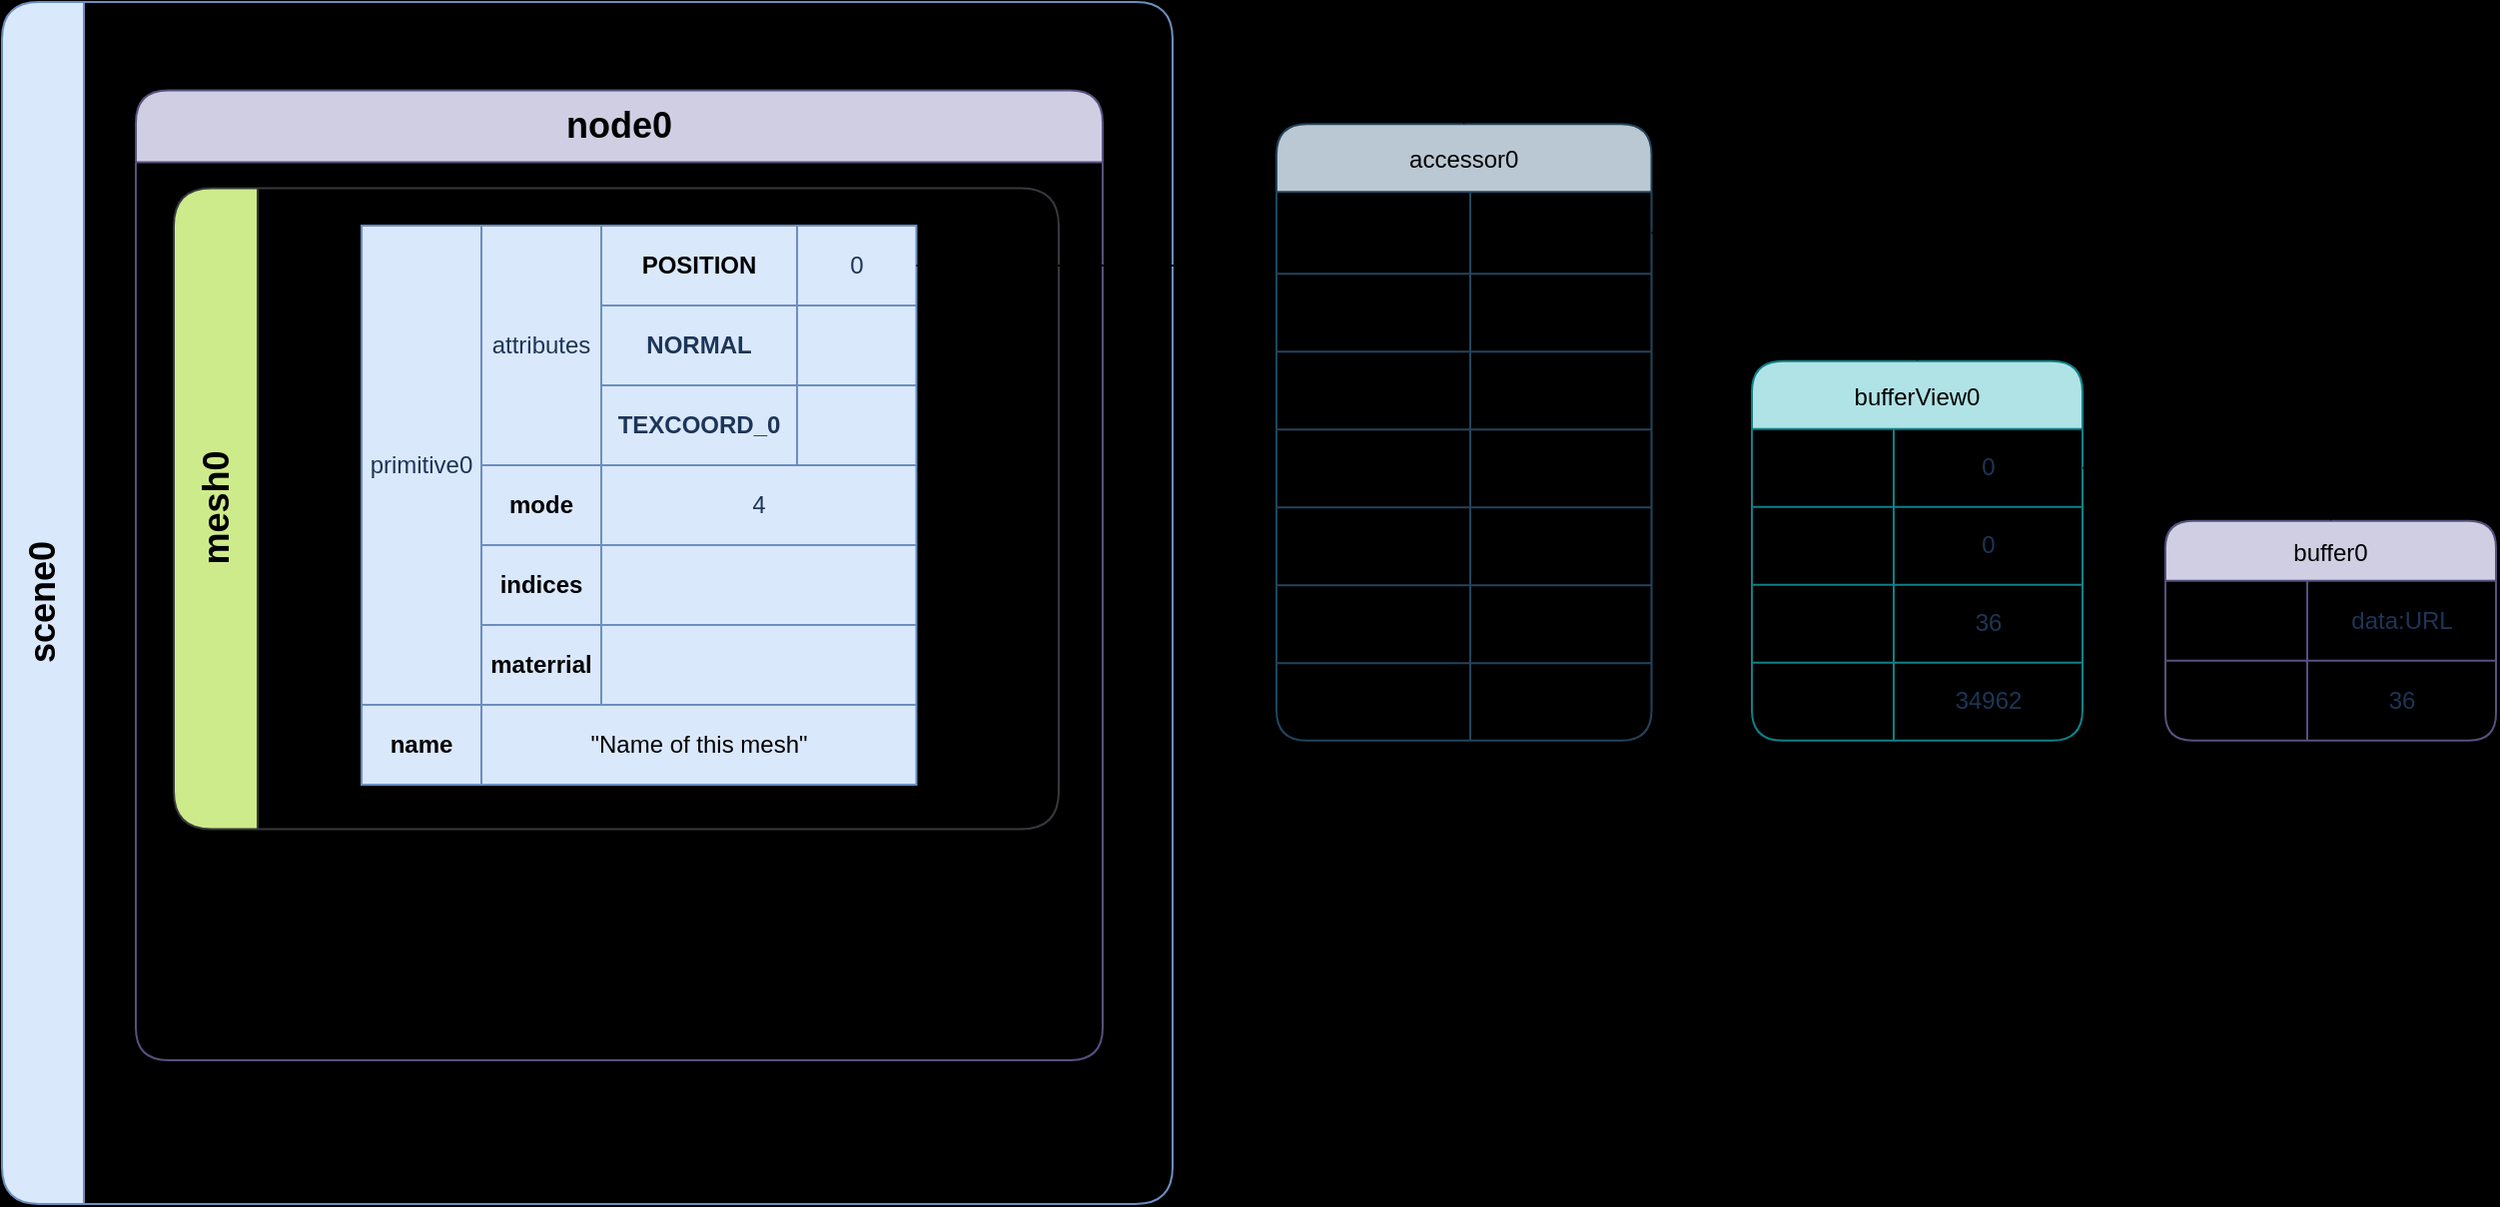
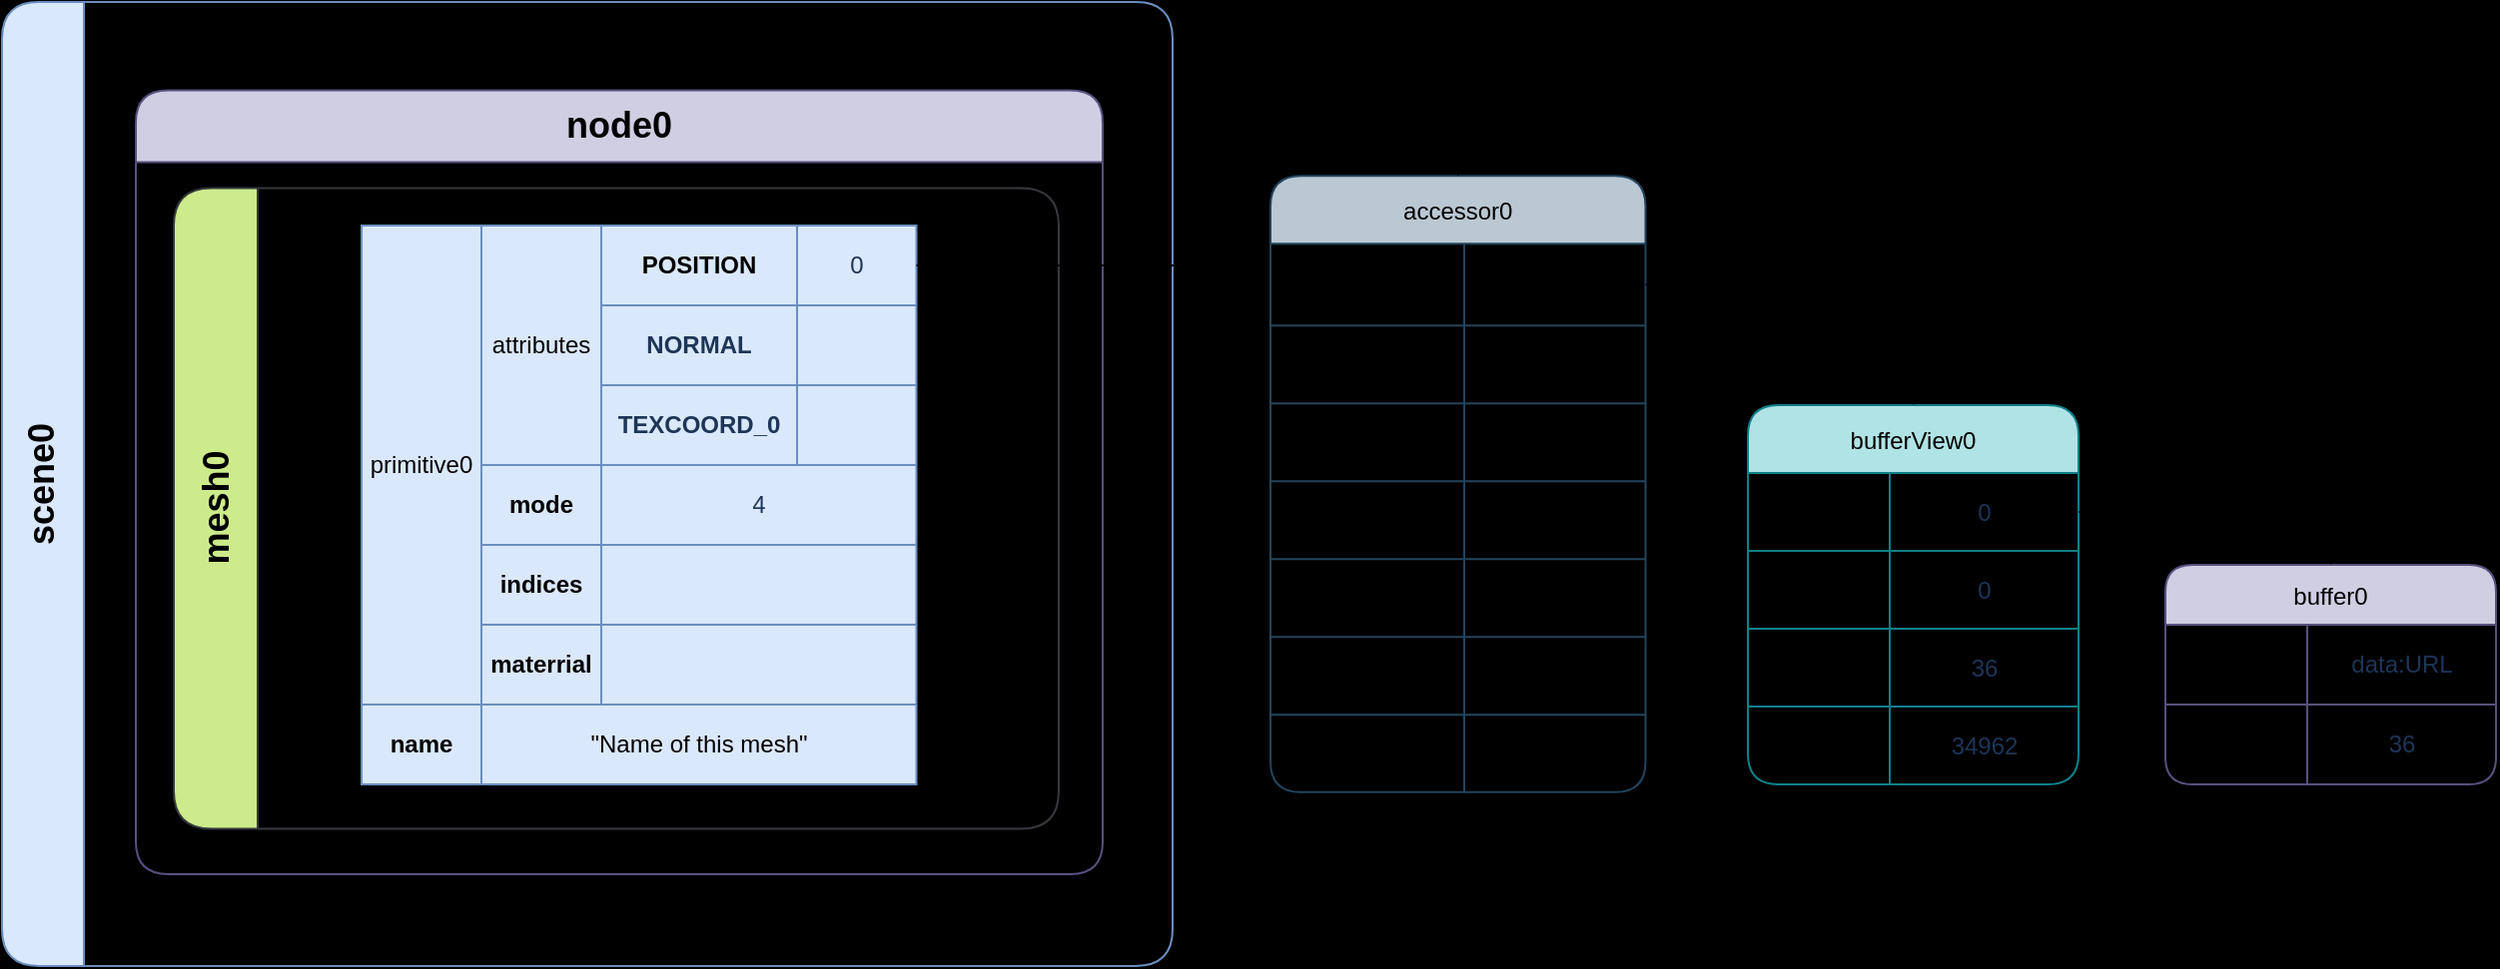
<mxfile host="app.diagrams.net">
  <diagram id="BZvedy4mBk2RI_J5c_5u" name="第 1 页">
-     <mxGraphModel dx="2338" dy="1342" grid="0" gridSize="10" guides="1" tooltips="1" connect="1" arrows="1" fold="1" page="0" pageScale="1" pageWidth="827" pageHeight="1169" background="light-dark(#000000,#2B2B2B)" math="0" shadow="0">
+     <mxGraphModel dx="2570" dy="1342" grid="0" gridSize="10" guides="1" tooltips="1" connect="1" arrows="1" fold="1" page="0" pageScale="1" pageWidth="827" pageHeight="1169" background="light-dark(#000000,#2B2B2B)" math="0" shadow="0">
      <root>
        <mxCell id="0" />
        <mxCell id="1" parent="0" />
        <mxCell id="-Ds3_SINnqwqFCvs20sv-1" parent="1" style="shape=table;startSize=30;container=1;collapsible=0;childLayout=tableLayout;fixedHeader=1;fillColor=#d0cee2;strokeColor=#56517e;rounded=1;fontColor=light-dark(#000000,#66FFB3);" value="buffer0" vertex="1">
-           <mxGeometry height="110" width="165.5" x="-13" y="257.87" as="geometry" />
+           <mxGeometry height="110" width="165.5" x="-13" y="280" as="geometry" />
        </mxCell>
        <mxCell id="-Ds3_SINnqwqFCvs20sv-2" parent="-Ds3_SINnqwqFCvs20sv-1" style="shape=tableRow;horizontal=0;startSize=0;swimlaneHead=0;swimlaneBody=0;strokeColor=inherit;top=0;left=0;bottom=0;right=0;collapsible=0;dropTarget=0;fillColor=none;points=[[0,0.5],[1,0.5]];portConstraint=eastwest;fixedHeader=1;rounded=1;" value="" vertex="1">
          <mxGeometry height="40" width="165.5" y="30" as="geometry" />
        </mxCell>
        <mxCell id="-Ds3_SINnqwqFCvs20sv-3" parent="-Ds3_SINnqwqFCvs20sv-2" style="shape=partialRectangle;html=1;whiteSpace=wrap;connectable=0;strokeColor=inherit;overflow=hidden;fillColor=none;top=0;left=0;bottom=0;right=0;pointerEvents=1;align=center;rounded=1;fontColor=light-dark(#000000,#20C2B5);" value="uri" vertex="1">
          <mxGeometry height="40" width="71" as="geometry">
            <mxRectangle height="40" width="71" as="alternateBounds" />
          </mxGeometry>
        </mxCell>
        <mxCell id="-Ds3_SINnqwqFCvs20sv-4" parent="-Ds3_SINnqwqFCvs20sv-2" style="shape=partialRectangle;html=1;whiteSpace=wrap;connectable=0;strokeColor=inherit;overflow=hidden;fillColor=none;top=0;left=0;bottom=0;right=0;pointerEvents=1;rounded=1;fontColor=light-dark(#1D3557,#FFFFFF);" value="data:URL" vertex="1">
          <mxGeometry height="40" width="95" x="71" as="geometry">
            <mxRectangle height="40" width="95" as="alternateBounds" />
          </mxGeometry>
        </mxCell>
        <mxCell id="-Ds3_SINnqwqFCvs20sv-5" parent="-Ds3_SINnqwqFCvs20sv-1" style="shape=tableRow;horizontal=0;startSize=0;swimlaneHead=0;swimlaneBody=0;strokeColor=inherit;top=0;left=0;bottom=0;right=0;collapsible=0;dropTarget=0;fillColor=none;points=[[0,0.5],[1,0.5]];portConstraint=eastwest;fixedHeader=1;rounded=1;" value="" vertex="1">
          <mxGeometry height="40" width="165.5" y="70" as="geometry" />
        </mxCell>
        <mxCell id="-Ds3_SINnqwqFCvs20sv-6" parent="-Ds3_SINnqwqFCvs20sv-5" style="shape=partialRectangle;html=1;whiteSpace=wrap;connectable=0;strokeColor=inherit;overflow=hidden;fillColor=none;top=0;left=0;bottom=0;right=0;pointerEvents=1;align=center;rounded=1;fontColor=light-dark(#000000,#20C2B5);" value="byteLength" vertex="1">
          <mxGeometry height="40" width="71" as="geometry">
            <mxRectangle height="40" width="71" as="alternateBounds" />
          </mxGeometry>
        </mxCell>
        <mxCell id="-Ds3_SINnqwqFCvs20sv-7" parent="-Ds3_SINnqwqFCvs20sv-5" style="shape=partialRectangle;html=1;whiteSpace=wrap;connectable=0;strokeColor=inherit;overflow=hidden;fillColor=none;top=0;left=0;bottom=0;right=0;pointerEvents=1;rounded=1;fontColor=light-dark(#1D3557,#FFFFFF);" value="36" vertex="1">
          <mxGeometry height="40" width="95" x="71" as="geometry">
            <mxRectangle height="40" width="95" as="alternateBounds" />
          </mxGeometry>
        </mxCell>
        <mxCell id="IMBELnrVSliVJA-H-ImH-1" parent="1" style="shape=table;startSize=34;container=1;collapsible=0;childLayout=tableLayout;fixedHeader=1;fillColor=#b0e3e6;strokeColor=#0e8088;rounded=1;fontColor=light-dark(#000000,#66FFB3);" value="bufferView0" vertex="1">
-           <mxGeometry height="190" width="165.5" x="-220" y="177.87" as="geometry" />
+           <mxGeometry height="190" width="165.5" x="-222" y="200" as="geometry" />
        </mxCell>
        <mxCell id="IMBELnrVSliVJA-H-ImH-2" parent="IMBELnrVSliVJA-H-ImH-1" style="shape=tableRow;horizontal=0;startSize=0;swimlaneHead=0;swimlaneBody=0;strokeColor=inherit;top=0;left=0;bottom=0;right=0;collapsible=0;dropTarget=0;fillColor=none;points=[[0,0.5],[1,0.5]];portConstraint=eastwest;fixedHeader=1;rounded=1;" value="" vertex="1">
          <mxGeometry height="39" width="165.5" y="34" as="geometry" />
        </mxCell>
        <mxCell id="IMBELnrVSliVJA-H-ImH-3" parent="IMBELnrVSliVJA-H-ImH-2" style="shape=partialRectangle;html=1;whiteSpace=wrap;connectable=0;strokeColor=inherit;overflow=hidden;fillColor=none;top=0;left=0;bottom=0;right=0;pointerEvents=1;align=center;rounded=1;fontColor=light-dark(#000000,#20C2B5);" value="buffer" vertex="1">
          <mxGeometry height="39" width="71" as="geometry">
            <mxRectangle height="39" width="71" as="alternateBounds" />
          </mxGeometry>
        </mxCell>
        <mxCell id="IMBELnrVSliVJA-H-ImH-4" parent="IMBELnrVSliVJA-H-ImH-2" style="shape=partialRectangle;html=1;whiteSpace=wrap;connectable=0;strokeColor=inherit;overflow=hidden;fillColor=none;top=0;left=0;bottom=0;right=0;pointerEvents=1;rounded=1;fontColor=light-dark(#1D3557,#FFFFFF);" value="0" vertex="1">
          <mxGeometry height="39" width="95" x="71" as="geometry">
            <mxRectangle height="39" width="95" as="alternateBounds" />
          </mxGeometry>
        </mxCell>
        <mxCell id="IMBELnrVSliVJA-H-ImH-5" parent="IMBELnrVSliVJA-H-ImH-1" style="shape=tableRow;horizontal=0;startSize=0;swimlaneHead=0;swimlaneBody=0;strokeColor=inherit;top=0;left=0;bottom=0;right=0;collapsible=0;dropTarget=0;fillColor=none;points=[[0,0.5],[1,0.5]];portConstraint=eastwest;fixedHeader=1;rounded=1;" value="" vertex="1">
          <mxGeometry height="39" width="165.5" y="73" as="geometry" />
        </mxCell>
        <mxCell id="IMBELnrVSliVJA-H-ImH-6" parent="IMBELnrVSliVJA-H-ImH-5" style="shape=partialRectangle;html=1;whiteSpace=wrap;connectable=0;strokeColor=inherit;overflow=hidden;fillColor=none;top=0;left=0;bottom=0;right=0;pointerEvents=1;align=center;rounded=1;fontColor=light-dark(#000000,#20C2B5);" value="byteOffset" vertex="1">
          <mxGeometry height="39" width="71" as="geometry">
            <mxRectangle height="39" width="71" as="alternateBounds" />
          </mxGeometry>
        </mxCell>
        <mxCell id="IMBELnrVSliVJA-H-ImH-7" parent="IMBELnrVSliVJA-H-ImH-5" style="shape=partialRectangle;html=1;whiteSpace=wrap;connectable=0;strokeColor=inherit;overflow=hidden;fillColor=none;top=0;left=0;bottom=0;right=0;pointerEvents=1;rounded=1;fontColor=light-dark(#1D3557,#FFFFFF);" value="0" vertex="1">
          <mxGeometry height="39" width="95" x="71" as="geometry">
            <mxRectangle height="39" width="95" as="alternateBounds" />
          </mxGeometry>
        </mxCell>
        <mxCell id="IMBELnrVSliVJA-H-ImH-8" parent="IMBELnrVSliVJA-H-ImH-1" style="shape=tableRow;horizontal=0;startSize=0;swimlaneHead=0;swimlaneBody=0;strokeColor=inherit;top=0;left=0;bottom=0;right=0;collapsible=0;dropTarget=0;fillColor=none;points=[[0,0.5],[1,0.5]];portConstraint=eastwest;fixedHeader=1;rounded=1;" vertex="1">
          <mxGeometry height="39" width="165.5" y="112" as="geometry" />
        </mxCell>
        <mxCell id="IMBELnrVSliVJA-H-ImH-9" parent="IMBELnrVSliVJA-H-ImH-8" style="shape=partialRectangle;html=1;whiteSpace=wrap;connectable=0;strokeColor=inherit;overflow=hidden;fillColor=none;top=0;left=0;bottom=0;right=0;pointerEvents=1;align=center;rounded=1;fontColor=light-dark(#000000,#20C2B5);" value="byteLength" vertex="1">
          <mxGeometry height="39" width="71" as="geometry">
            <mxRectangle height="39" width="71" as="alternateBounds" />
          </mxGeometry>
        </mxCell>
        <mxCell id="IMBELnrVSliVJA-H-ImH-10" parent="IMBELnrVSliVJA-H-ImH-8" style="shape=partialRectangle;html=1;whiteSpace=wrap;connectable=0;strokeColor=inherit;overflow=hidden;fillColor=none;top=0;left=0;bottom=0;right=0;pointerEvents=1;rounded=1;fontColor=light-dark(#1D3557,#FFFFFF);" value="36" vertex="1">
          <mxGeometry height="39" width="95" x="71" as="geometry">
            <mxRectangle height="39" width="95" as="alternateBounds" />
          </mxGeometry>
        </mxCell>
        <mxCell id="IMBELnrVSliVJA-H-ImH-11" parent="IMBELnrVSliVJA-H-ImH-1" style="shape=tableRow;horizontal=0;startSize=0;swimlaneHead=0;swimlaneBody=0;strokeColor=inherit;top=0;left=0;bottom=0;right=0;collapsible=0;dropTarget=0;fillColor=none;points=[[0,0.5],[1,0.5]];portConstraint=eastwest;fixedHeader=1;rounded=1;" vertex="1">
          <mxGeometry height="39" width="165.5" y="151" as="geometry" />
        </mxCell>
        <mxCell id="IMBELnrVSliVJA-H-ImH-12" parent="IMBELnrVSliVJA-H-ImH-11" style="shape=partialRectangle;html=1;whiteSpace=wrap;connectable=0;strokeColor=inherit;overflow=hidden;fillColor=none;top=0;left=0;bottom=0;right=0;pointerEvents=1;align=center;rounded=1;fontColor=light-dark(#000000,#20C2B5);" value="target" vertex="1">
          <mxGeometry height="39" width="71" as="geometry">
            <mxRectangle height="39" width="71" as="alternateBounds" />
          </mxGeometry>
        </mxCell>
        <mxCell id="IMBELnrVSliVJA-H-ImH-13" parent="IMBELnrVSliVJA-H-ImH-11" style="shape=partialRectangle;html=1;whiteSpace=wrap;connectable=0;strokeColor=inherit;overflow=hidden;fillColor=none;top=0;left=0;bottom=0;right=0;pointerEvents=1;rounded=1;fontColor=light-dark(#1D3557,#FFFFFF);" value="34962" vertex="1">
          <mxGeometry height="39" width="95" x="71" as="geometry">
            <mxRectangle height="39" width="95" as="alternateBounds" />
          </mxGeometry>
        </mxCell>
        <mxCell id="IMBELnrVSliVJA-H-ImH-16" parent="1" style="shape=table;startSize=34;container=1;collapsible=0;childLayout=tableLayout;fixedHeader=1;fillColor=#bac8d3;strokeColor=#23445d;rounded=1;fontColor=light-dark(#000000,#66FFB3);" value="accessor0" vertex="1">
-           <mxGeometry height="308.75" width="187.75" x="-458" y="59.12" as="geometry" />
+           <mxGeometry height="308.75" width="187.75" x="-461" y="85.13" as="geometry" />
        </mxCell>
        <mxCell id="IMBELnrVSliVJA-H-ImH-17" parent="IMBELnrVSliVJA-H-ImH-16" style="shape=tableRow;horizontal=0;startSize=0;swimlaneHead=0;swimlaneBody=0;strokeColor=inherit;top=0;left=0;bottom=0;right=0;collapsible=0;dropTarget=0;fillColor=none;points=[[0,0.5],[1,0.5]];portConstraint=eastwest;fixedHeader=1;rounded=1;" value="" vertex="1">
          <mxGeometry height="41" width="187.75" y="34" as="geometry" />
        </mxCell>
        <mxCell id="IMBELnrVSliVJA-H-ImH-18" parent="IMBELnrVSliVJA-H-ImH-17" style="shape=partialRectangle;html=1;whiteSpace=wrap;connectable=0;strokeColor=inherit;overflow=hidden;fillColor=none;top=0;left=0;bottom=0;right=0;pointerEvents=1;align=center;rounded=1;fontColor=light-dark(#000000,#20C2B5);fontStyle=1" value="&lt;span style=&quot;&quot;&gt;bufferView&lt;/span&gt;" vertex="1">
          <mxGeometry height="41" width="97" as="geometry">
            <mxRectangle height="41" width="97" as="alternateBounds" />
          </mxGeometry>
        </mxCell>
        <mxCell id="IMBELnrVSliVJA-H-ImH-19" parent="IMBELnrVSliVJA-H-ImH-17" style="shape=partialRectangle;html=1;whiteSpace=wrap;connectable=0;strokeColor=inherit;overflow=hidden;fillColor=none;top=0;left=0;bottom=0;right=0;pointerEvents=1;rounded=1;fontColor=light-dark(#000000,#FFFFFF);" value="0" vertex="1">
          <mxGeometry height="41" width="91" x="97" as="geometry">
            <mxRectangle height="41" width="91" as="alternateBounds" />
          </mxGeometry>
        </mxCell>
        <mxCell id="IMBELnrVSliVJA-H-ImH-20" parent="IMBELnrVSliVJA-H-ImH-16" style="shape=tableRow;horizontal=0;startSize=0;swimlaneHead=0;swimlaneBody=0;strokeColor=inherit;top=0;left=0;bottom=0;right=0;collapsible=0;dropTarget=0;fillColor=none;points=[[0,0.5],[1,0.5]];portConstraint=eastwest;fixedHeader=1;rounded=1;" value="" vertex="1">
          <mxGeometry height="39" width="187.75" y="75" as="geometry" />
        </mxCell>
        <mxCell id="IMBELnrVSliVJA-H-ImH-21" parent="IMBELnrVSliVJA-H-ImH-20" style="shape=partialRectangle;html=1;whiteSpace=wrap;connectable=0;strokeColor=inherit;overflow=hidden;fillColor=none;top=0;left=0;bottom=0;right=0;pointerEvents=1;align=center;rounded=1;fontColor=light-dark(#000000,#20C2B5);" value="byteOffset" vertex="1">
          <mxGeometry height="39" width="97" as="geometry">
            <mxRectangle height="39" width="97" as="alternateBounds" />
          </mxGeometry>
        </mxCell>
        <mxCell id="IMBELnrVSliVJA-H-ImH-22" parent="IMBELnrVSliVJA-H-ImH-20" style="shape=partialRectangle;html=1;whiteSpace=wrap;connectable=0;strokeColor=inherit;overflow=hidden;fillColor=none;top=0;left=0;bottom=0;right=0;pointerEvents=1;rounded=1;fontColor=light-dark(#000000,#FFFFFF);" value="0" vertex="1">
          <mxGeometry height="39" width="91" x="97" as="geometry">
            <mxRectangle height="39" width="91" as="alternateBounds" />
          </mxGeometry>
        </mxCell>
        <mxCell id="IMBELnrVSliVJA-H-ImH-23" parent="IMBELnrVSliVJA-H-ImH-16" style="shape=tableRow;horizontal=0;startSize=0;swimlaneHead=0;swimlaneBody=0;strokeColor=inherit;top=0;left=0;bottom=0;right=0;collapsible=0;dropTarget=0;fillColor=none;points=[[0,0.5],[1,0.5]];portConstraint=eastwest;fixedHeader=1;rounded=1;" vertex="1">
          <mxGeometry height="39" width="187.75" y="114" as="geometry" />
        </mxCell>
        <mxCell id="IMBELnrVSliVJA-H-ImH-24" parent="IMBELnrVSliVJA-H-ImH-23" style="shape=partialRectangle;html=1;whiteSpace=wrap;connectable=0;strokeColor=inherit;overflow=hidden;fillColor=none;top=0;left=0;bottom=0;right=0;pointerEvents=1;align=center;rounded=1;fontColor=light-dark(#000000,#20C2B5);" value="componentType" vertex="1">
          <mxGeometry height="39" width="97" as="geometry">
            <mxRectangle height="39" width="97" as="alternateBounds" />
          </mxGeometry>
        </mxCell>
        <mxCell id="IMBELnrVSliVJA-H-ImH-25" parent="IMBELnrVSliVJA-H-ImH-23" style="shape=partialRectangle;html=1;whiteSpace=wrap;connectable=0;strokeColor=inherit;overflow=hidden;fillColor=none;top=0;left=0;bottom=0;right=0;pointerEvents=1;rounded=1;fontColor=light-dark(#000000,#FFFFFF);" value="5126" vertex="1">
          <mxGeometry height="39" width="91" x="97" as="geometry">
            <mxRectangle height="39" width="91" as="alternateBounds" />
          </mxGeometry>
        </mxCell>
        <mxCell id="IMBELnrVSliVJA-H-ImH-26" parent="IMBELnrVSliVJA-H-ImH-16" style="shape=tableRow;horizontal=0;startSize=0;swimlaneHead=0;swimlaneBody=0;strokeColor=inherit;top=0;left=0;bottom=0;right=0;collapsible=0;dropTarget=0;fillColor=none;points=[[0,0.5],[1,0.5]];portConstraint=eastwest;fixedHeader=1;rounded=1;" vertex="1">
          <mxGeometry height="39" width="187.75" y="153" as="geometry" />
        </mxCell>
        <mxCell id="IMBELnrVSliVJA-H-ImH-27" parent="IMBELnrVSliVJA-H-ImH-26" style="shape=partialRectangle;html=1;whiteSpace=wrap;connectable=0;strokeColor=inherit;overflow=hidden;fillColor=none;top=0;left=0;bottom=0;right=0;pointerEvents=1;align=center;rounded=1;fontColor=light-dark(#000000,#20C2B5);" value="count" vertex="1">
          <mxGeometry height="39" width="97" as="geometry">
            <mxRectangle height="39" width="97" as="alternateBounds" />
          </mxGeometry>
        </mxCell>
        <mxCell id="IMBELnrVSliVJA-H-ImH-28" parent="IMBELnrVSliVJA-H-ImH-26" style="shape=partialRectangle;html=1;whiteSpace=wrap;connectable=0;strokeColor=inherit;overflow=hidden;fillColor=none;top=0;left=0;bottom=0;right=0;pointerEvents=1;rounded=1;fontColor=light-dark(#000000,#FFFFFF);" value="3" vertex="1">
          <mxGeometry height="39" width="91" x="97" as="geometry">
            <mxRectangle height="39" width="91" as="alternateBounds" />
          </mxGeometry>
        </mxCell>
        <mxCell id="IMBELnrVSliVJA-H-ImH-29" parent="IMBELnrVSliVJA-H-ImH-16" style="shape=tableRow;horizontal=0;startSize=0;swimlaneHead=0;swimlaneBody=0;strokeColor=inherit;top=0;left=0;bottom=0;right=0;collapsible=0;dropTarget=0;fillColor=none;points=[[0,0.5],[1,0.5]];portConstraint=eastwest;fixedHeader=1;rounded=1;" vertex="1">
          <mxGeometry height="39" width="187.75" y="192" as="geometry" />
        </mxCell>
        <mxCell id="IMBELnrVSliVJA-H-ImH-30" parent="IMBELnrVSliVJA-H-ImH-29" style="shape=partialRectangle;html=1;whiteSpace=wrap;connectable=0;strokeColor=inherit;overflow=hidden;fillColor=none;top=0;left=0;bottom=0;right=0;pointerEvents=1;align=center;rounded=1;fontColor=light-dark(#000000,#20C2B5);" value="type" vertex="1">
          <mxGeometry height="39" width="97" as="geometry">
            <mxRectangle height="39" width="97" as="alternateBounds" />
          </mxGeometry>
        </mxCell>
        <mxCell id="IMBELnrVSliVJA-H-ImH-31" parent="IMBELnrVSliVJA-H-ImH-29" style="shape=partialRectangle;html=1;whiteSpace=wrap;connectable=0;strokeColor=inherit;overflow=hidden;fillColor=none;top=0;left=0;bottom=0;right=0;pointerEvents=1;rounded=1;fontColor=light-dark(#000000,#FFFFFF);" value="&quot;VEC3&quot;" vertex="1">
          <mxGeometry height="39" width="91" x="97" as="geometry">
            <mxRectangle height="39" width="91" as="alternateBounds" />
          </mxGeometry>
        </mxCell>
        <mxCell id="IMBELnrVSliVJA-H-ImH-32" parent="IMBELnrVSliVJA-H-ImH-16" style="shape=tableRow;horizontal=0;startSize=0;swimlaneHead=0;swimlaneBody=0;strokeColor=inherit;top=0;left=0;bottom=0;right=0;collapsible=0;dropTarget=0;fillColor=none;points=[[0,0.5],[1,0.5]];portConstraint=eastwest;fixedHeader=1;rounded=1;" vertex="1">
          <mxGeometry height="39" width="187.75" y="231" as="geometry" />
        </mxCell>
        <mxCell id="IMBELnrVSliVJA-H-ImH-33" parent="IMBELnrVSliVJA-H-ImH-32" style="shape=partialRectangle;html=1;whiteSpace=wrap;connectable=0;strokeColor=inherit;overflow=hidden;fillColor=none;top=0;left=0;bottom=0;right=0;pointerEvents=1;align=center;rounded=1;fontColor=light-dark(#000000,#20C2B5);" value="max" vertex="1">
          <mxGeometry height="39" width="97" as="geometry">
            <mxRectangle height="39" width="97" as="alternateBounds" />
          </mxGeometry>
        </mxCell>
        <mxCell id="IMBELnrVSliVJA-H-ImH-34" parent="IMBELnrVSliVJA-H-ImH-32" style="shape=partialRectangle;html=1;whiteSpace=wrap;connectable=0;strokeColor=inherit;overflow=hidden;fillColor=none;top=0;left=0;bottom=0;right=0;pointerEvents=1;rounded=1;fontColor=light-dark(#000000,#FFFFFF);" value="[1.0, 1.0, 0.0]" vertex="1">
          <mxGeometry height="39" width="91" x="97" as="geometry">
            <mxRectangle height="39" width="91" as="alternateBounds" />
          </mxGeometry>
        </mxCell>
        <mxCell id="IMBELnrVSliVJA-H-ImH-35" parent="IMBELnrVSliVJA-H-ImH-16" style="shape=tableRow;horizontal=0;startSize=0;swimlaneHead=0;swimlaneBody=0;strokeColor=inherit;top=0;left=0;bottom=0;right=0;collapsible=0;dropTarget=0;fillColor=none;points=[[0,0.5],[1,0.5]];portConstraint=eastwest;fixedHeader=1;rounded=1;" vertex="1">
          <mxGeometry height="39" width="187.75" y="270" as="geometry" />
        </mxCell>
        <mxCell id="IMBELnrVSliVJA-H-ImH-36" parent="IMBELnrVSliVJA-H-ImH-35" style="shape=partialRectangle;html=1;whiteSpace=wrap;connectable=0;strokeColor=inherit;overflow=hidden;fillColor=none;top=0;left=0;bottom=0;right=0;pointerEvents=1;align=center;rounded=1;fontColor=light-dark(#000000,#20C2B5);" value="min" vertex="1">
          <mxGeometry height="39" width="97" as="geometry">
            <mxRectangle height="39" width="97" as="alternateBounds" />
          </mxGeometry>
        </mxCell>
        <mxCell id="IMBELnrVSliVJA-H-ImH-37" parent="IMBELnrVSliVJA-H-ImH-35" style="shape=partialRectangle;html=1;whiteSpace=wrap;connectable=0;strokeColor=inherit;overflow=hidden;fillColor=none;top=0;left=0;bottom=0;right=0;pointerEvents=1;rounded=1;fontColor=light-dark(#000000,#FFFFFF);" value="[0.0, 1.0, 0.0]" vertex="1">
          <mxGeometry height="39" width="91" x="97" as="geometry">
            <mxRectangle height="39" width="91" as="alternateBounds" />
          </mxGeometry>
        </mxCell>
        <mxCell id="GIUIsMX7UZoavufT8lRc-2" parent="1" style="swimlane;horizontal=0;whiteSpace=wrap;html=1;fillColor=#dae8fc;strokeColor=#6c8ebf;rounded=1;startSize=41;gradientDirection=east;" value="&lt;span style=&quot;color: light-dark(rgb(0, 0, 0), rgb(102, 255, 179));&quot;&gt;&lt;font style=&quot;font-size: 18px;&quot;&gt;scene0&lt;/font&gt;&lt;/span&gt;" vertex="1">
-           <mxGeometry height="602" width="586" x="-1096" y="-2" as="geometry" />
+           <mxGeometry height="483" width="586" x="-1096" y="-2" as="geometry" />
        </mxCell>
        <mxCell id="oYlXVEz9eKNw0EBKh330-92" parent="GIUIsMX7UZoavufT8lRc-2" style="swimlane;whiteSpace=wrap;html=1;startSize=36;strokeColor=#56517e;fillColor=#d0cee2;rounded=1;gradientColor=none;" value="&lt;font style=&quot;font-size: 18px; color: light-dark(rgb(0, 0, 0), rgb(102, 255, 179));&quot;&gt;node0&lt;/font&gt;" vertex="1">
-           <mxGeometry height="485.75" width="484" x="67" y="44.25" as="geometry" />
+           <mxGeometry height="392.75" width="484" x="67" y="44.25" as="geometry" />
        </mxCell>
        <mxCell id="yEyvN-dxv5ZRYvW9oAyH-66" parent="oYlXVEz9eKNw0EBKh330-92" style="swimlane;horizontal=0;whiteSpace=wrap;html=1;rounded=1;startSize=42;fillColor=#cdeb8b;strokeColor=#36393d;swimlaneFillColor=none;gradientDirection=south;" value="&lt;span style=&quot;color: light-dark(rgb(0, 0, 0), rgb(102, 255, 179));&quot;&gt;&lt;font style=&quot;font-size: 18px;&quot;&gt;mesh0&lt;/font&gt;&lt;/span&gt;" vertex="1">
          <mxGeometry height="321" width="443" x="19" y="49" as="geometry" />
        </mxCell>
        <mxCell id="2uxkReR1P5Ac1ZIC0d_Z-4" edge="1" parent="1" source="IMBELnrVSliVJA-H-ImH-17" style="edgeStyle=orthogonalEdgeStyle;rounded=1;orthogonalLoop=1;jettySize=auto;html=1;entryX=0.5;entryY=0;entryDx=0;entryDy=0;fontSize=12;startSize=8;endSize=8;strokeColor=light-dark(#000000,#FFB570);" target="IMBELnrVSliVJA-H-ImH-1">
          <mxGeometry relative="1" as="geometry" />
        </mxCell>
        <mxCell id="2uxkReR1P5Ac1ZIC0d_Z-5" edge="1" parent="1" source="IMBELnrVSliVJA-H-ImH-2" style="edgeStyle=orthogonalEdgeStyle;rounded=1;orthogonalLoop=1;jettySize=auto;html=1;entryX=0.5;entryY=0;entryDx=0;entryDy=0;fontSize=12;startSize=8;endSize=8;curved=0;strokeColor=light-dark(#000000,#FFB570);" target="-Ds3_SINnqwqFCvs20sv-1">
          <mxGeometry relative="1" as="geometry" />
        </mxCell>
        <mxCell id="OGyqHwopQYcm-drxzkeR-19" parent="1" style="shape=table;startSize=0;container=1;collapsible=0;childLayout=tableLayout;fixedHeader=1;strokeColor=#6c8ebf;fillColor=#dae8fc;" value="" vertex="1">
          <mxGeometry height="280" width="277.75" x="-916" y="110" as="geometry" />
        </mxCell>
        <mxCell id="OGyqHwopQYcm-drxzkeR-20" parent="OGyqHwopQYcm-drxzkeR-19" style="shape=tableRow;horizontal=0;startSize=0;swimlaneHead=0;swimlaneBody=0;strokeColor=inherit;top=0;left=0;bottom=0;right=0;collapsible=0;dropTarget=0;fillColor=none;points=[[0,0.5],[1,0.5]];portConstraint=eastwest;fixedHeader=1;fontColor=#1D3557;" value="" vertex="1">
          <mxGeometry height="40" width="277.75" as="geometry" />
        </mxCell>
-         <mxCell id="OGyqHwopQYcm-drxzkeR-21" parent="OGyqHwopQYcm-drxzkeR-20" style="shape=partialRectangle;html=1;whiteSpace=wrap;connectable=0;strokeColor=inherit;overflow=hidden;fillColor=none;top=0;left=0;bottom=0;right=0;pointerEvents=1;fontColor=#1D3557;rowspan=6;colspan=1;" value="primitive0" vertex="1">
+         <mxCell id="OGyqHwopQYcm-drxzkeR-21" parent="OGyqHwopQYcm-drxzkeR-20" style="shape=partialRectangle;html=1;whiteSpace=wrap;connectable=0;strokeColor=inherit;overflow=hidden;fillColor=none;top=0;left=0;bottom=0;right=0;pointerEvents=1;fontColor=#1D3557;rowspan=6;colspan=1;" value="&lt;span style=&quot;color: light-dark(rgb(0, 0, 0), rgb(166, 128, 184));&quot;&gt;primitive0&lt;/span&gt;" vertex="1">
          <mxGeometry height="240" width="60" as="geometry">
            <mxRectangle height="40" width="60" as="alternateBounds" />
          </mxGeometry>
        </mxCell>
-         <mxCell id="OGyqHwopQYcm-drxzkeR-22" parent="OGyqHwopQYcm-drxzkeR-20" style="shape=partialRectangle;html=1;whiteSpace=wrap;connectable=0;strokeColor=inherit;overflow=hidden;fillColor=none;top=0;left=0;bottom=0;right=0;pointerEvents=1;fontColor=#1D3557;rowspan=3;colspan=1;" value="attributes" vertex="1">
+         <mxCell id="OGyqHwopQYcm-drxzkeR-22" parent="OGyqHwopQYcm-drxzkeR-20" style="shape=partialRectangle;html=1;whiteSpace=wrap;connectable=0;strokeColor=inherit;overflow=hidden;fillColor=none;top=0;left=0;bottom=0;right=0;pointerEvents=1;fontColor=#1D3557;rowspan=3;colspan=1;" value="&lt;span style=&quot;color: light-dark(rgb(0, 0, 0), rgb(166, 128, 184));&quot;&gt;attributes&lt;/span&gt;" vertex="1">
          <mxGeometry height="120" width="60" x="60" as="geometry">
            <mxRectangle height="40" width="60" as="alternateBounds" />
          </mxGeometry>
        </mxCell>
        <mxCell id="OGyqHwopQYcm-drxzkeR-23" parent="OGyqHwopQYcm-drxzkeR-20" style="shape=partialRectangle;html=1;whiteSpace=wrap;connectable=0;strokeColor=inherit;overflow=hidden;fillColor=none;top=0;left=0;bottom=0;right=0;pointerEvents=1;fontColor=#1D3557;" value="&lt;b style=&quot;color: light-dark(rgb(0, 0, 0), rgb(32, 194, 181));&quot;&gt;POSITION&lt;/b&gt;" vertex="1">
          <mxGeometry height="40" width="98" x="120" as="geometry">
            <mxRectangle height="40" width="98" as="alternateBounds" />
          </mxGeometry>
        </mxCell>
        <mxCell id="OGyqHwopQYcm-drxzkeR-28" parent="OGyqHwopQYcm-drxzkeR-20" style="shape=partialRectangle;html=1;whiteSpace=wrap;connectable=0;strokeColor=inherit;overflow=hidden;fillColor=none;top=0;left=0;bottom=0;right=0;pointerEvents=1;fontColor=light-dark(#1D3557,#FFFFFF);" value="0" vertex="1">
          <mxGeometry height="40" width="60" x="218" as="geometry">
            <mxRectangle height="40" width="60" as="alternateBounds" />
          </mxGeometry>
        </mxCell>
        <mxCell id="OGyqHwopQYcm-drxzkeR-24" parent="OGyqHwopQYcm-drxzkeR-19" style="shape=tableRow;horizontal=0;startSize=0;swimlaneHead=0;swimlaneBody=0;strokeColor=inherit;top=0;left=0;bottom=0;right=0;collapsible=0;dropTarget=0;fillColor=none;points=[[0,0.5],[1,0.5]];portConstraint=eastwest;fixedHeader=1;fontColor=#1D3557;" value="" vertex="1">
          <mxGeometry height="40" width="277.75" y="40" as="geometry" />
        </mxCell>
        <mxCell id="OGyqHwopQYcm-drxzkeR-25" parent="OGyqHwopQYcm-drxzkeR-24" style="shape=partialRectangle;html=1;whiteSpace=wrap;connectable=0;strokeColor=inherit;overflow=hidden;fillColor=none;top=0;left=0;bottom=0;right=0;pointerEvents=1;fontColor=#1D3557;" value="" vertex="1" visible="0">
          <mxGeometry height="40" width="60" as="geometry">
            <mxRectangle height="40" width="60" as="alternateBounds" />
          </mxGeometry>
        </mxCell>
        <mxCell id="OGyqHwopQYcm-drxzkeR-26" parent="OGyqHwopQYcm-drxzkeR-24" style="shape=partialRectangle;html=1;whiteSpace=wrap;connectable=0;strokeColor=inherit;overflow=hidden;fillColor=none;top=0;left=0;bottom=0;right=0;pointerEvents=1;fontColor=#1D3557;" value="" vertex="1" visible="0">
          <mxGeometry height="40" width="60" x="60" as="geometry">
            <mxRectangle height="40" width="60" as="alternateBounds" />
          </mxGeometry>
        </mxCell>
        <mxCell id="OGyqHwopQYcm-drxzkeR-27" parent="OGyqHwopQYcm-drxzkeR-24" style="shape=partialRectangle;html=1;whiteSpace=wrap;connectable=0;strokeColor=inherit;overflow=hidden;fillColor=none;top=0;left=0;bottom=0;right=0;pointerEvents=1;fontColor=light-dark(#1D3557,#20C2B5);align=center;verticalAlign=middle;fontFamily=Helvetica;fontSize=12;fontStyle=1;" value="NORMAL" vertex="1">
          <mxGeometry height="40" width="98" x="120" as="geometry">
            <mxRectangle height="40" width="98" as="alternateBounds" />
          </mxGeometry>
        </mxCell>
        <mxCell id="OGyqHwopQYcm-drxzkeR-29" parent="OGyqHwopQYcm-drxzkeR-24" style="shape=partialRectangle;html=1;whiteSpace=wrap;connectable=0;strokeColor=inherit;overflow=hidden;fillColor=none;top=0;left=0;bottom=0;right=0;pointerEvents=1;fontColor=#1D3557;" value="" vertex="1">
          <mxGeometry height="40" width="60" x="218" as="geometry">
            <mxRectangle height="40" width="60" as="alternateBounds" />
          </mxGeometry>
        </mxCell>
        <mxCell id="OGyqHwopQYcm-drxzkeR-31" parent="OGyqHwopQYcm-drxzkeR-19" style="shape=tableRow;horizontal=0;startSize=0;swimlaneHead=0;swimlaneBody=0;strokeColor=inherit;top=0;left=0;bottom=0;right=0;collapsible=0;dropTarget=0;fillColor=none;points=[[0,0.5],[1,0.5]];portConstraint=eastwest;fixedHeader=1;fontColor=#1D3557;" vertex="1">
          <mxGeometry height="40" width="277.75" y="80" as="geometry" />
        </mxCell>
        <mxCell id="OGyqHwopQYcm-drxzkeR-32" parent="OGyqHwopQYcm-drxzkeR-31" style="shape=partialRectangle;html=1;whiteSpace=wrap;connectable=0;strokeColor=inherit;overflow=hidden;fillColor=none;top=0;left=0;bottom=0;right=0;pointerEvents=1;fontColor=#1D3557;" vertex="1" visible="0">
          <mxGeometry height="40" width="60" as="geometry">
            <mxRectangle height="40" width="60" as="alternateBounds" />
          </mxGeometry>
        </mxCell>
        <mxCell id="OGyqHwopQYcm-drxzkeR-33" parent="OGyqHwopQYcm-drxzkeR-31" style="shape=partialRectangle;html=1;whiteSpace=wrap;connectable=0;strokeColor=inherit;overflow=hidden;fillColor=none;top=0;left=0;bottom=0;right=0;pointerEvents=1;fontColor=#1D3557;" vertex="1" visible="0">
          <mxGeometry height="40" width="60" x="60" as="geometry">
            <mxRectangle height="40" width="60" as="alternateBounds" />
          </mxGeometry>
        </mxCell>
        <mxCell id="OGyqHwopQYcm-drxzkeR-34" parent="OGyqHwopQYcm-drxzkeR-31" style="shape=partialRectangle;html=1;whiteSpace=wrap;connectable=0;strokeColor=inherit;overflow=hidden;fillColor=none;top=0;left=0;bottom=0;right=0;pointerEvents=1;fontColor=light-dark(#1D3557,#20C2B5);fontStyle=1" value="TEXCOORD_0" vertex="1">
          <mxGeometry height="40" width="98" x="120" as="geometry">
            <mxRectangle height="40" width="98" as="alternateBounds" />
          </mxGeometry>
        </mxCell>
        <mxCell id="OGyqHwopQYcm-drxzkeR-35" parent="OGyqHwopQYcm-drxzkeR-31" style="shape=partialRectangle;html=1;whiteSpace=wrap;connectable=0;strokeColor=inherit;overflow=hidden;fillColor=none;top=0;left=0;bottom=0;right=0;pointerEvents=1;fontColor=#1D3557;" value="" vertex="1">
          <mxGeometry height="40" width="60" x="218" as="geometry">
            <mxRectangle height="40" width="60" as="alternateBounds" />
          </mxGeometry>
        </mxCell>
        <mxCell id="OGyqHwopQYcm-drxzkeR-36" parent="OGyqHwopQYcm-drxzkeR-19" style="shape=tableRow;horizontal=0;startSize=0;swimlaneHead=0;swimlaneBody=0;strokeColor=inherit;top=0;left=0;bottom=0;right=0;collapsible=0;dropTarget=0;fillColor=none;points=[[0,0.5],[1,0.5]];portConstraint=eastwest;fixedHeader=1;fontColor=#1D3557;" vertex="1">
          <mxGeometry height="40" width="277.75" y="120" as="geometry" />
        </mxCell>
        <mxCell id="OGyqHwopQYcm-drxzkeR-37" parent="OGyqHwopQYcm-drxzkeR-36" style="shape=partialRectangle;html=1;whiteSpace=wrap;connectable=0;strokeColor=inherit;overflow=hidden;fillColor=none;top=0;left=0;bottom=0;right=0;pointerEvents=1;fontColor=#1D3557;" vertex="1" visible="0">
          <mxGeometry height="40" width="60" as="geometry">
            <mxRectangle height="40" width="60" as="alternateBounds" />
          </mxGeometry>
        </mxCell>
        <mxCell id="OGyqHwopQYcm-drxzkeR-38" parent="OGyqHwopQYcm-drxzkeR-36" style="shape=partialRectangle;html=1;whiteSpace=wrap;connectable=0;strokeColor=inherit;overflow=hidden;fillColor=none;top=0;left=0;bottom=0;right=0;pointerEvents=1;fontColor=light-dark(#000000,#20C2B5);fontStyle=1" value="mode" vertex="1">
          <mxGeometry height="40" width="60" x="60" as="geometry">
            <mxRectangle height="40" width="60" as="alternateBounds" />
          </mxGeometry>
        </mxCell>
        <mxCell id="OGyqHwopQYcm-drxzkeR-39" parent="OGyqHwopQYcm-drxzkeR-36" style="shape=partialRectangle;html=1;whiteSpace=wrap;connectable=0;strokeColor=inherit;overflow=hidden;fillColor=none;top=0;left=0;bottom=0;right=0;pointerEvents=1;fontColor=light-dark(#1D3557,#FFFFFF);rowspan=1;colspan=2;" value="4" vertex="1">
          <mxGeometry height="40" width="158" x="120" as="geometry">
            <mxRectangle height="40" width="98" as="alternateBounds" />
          </mxGeometry>
        </mxCell>
        <mxCell id="OGyqHwopQYcm-drxzkeR-40" parent="OGyqHwopQYcm-drxzkeR-36" style="shape=partialRectangle;html=1;whiteSpace=wrap;connectable=0;strokeColor=inherit;overflow=hidden;fillColor=none;top=0;left=0;bottom=0;right=0;pointerEvents=1;fontColor=#1D3557;" vertex="1" visible="0">
          <mxGeometry height="40" width="60" x="218" as="geometry">
            <mxRectangle height="40" width="60" as="alternateBounds" />
          </mxGeometry>
        </mxCell>
        <mxCell id="OGyqHwopQYcm-drxzkeR-57" parent="OGyqHwopQYcm-drxzkeR-19" style="shape=tableRow;horizontal=0;startSize=0;swimlaneHead=0;swimlaneBody=0;strokeColor=inherit;top=0;left=0;bottom=0;right=0;collapsible=0;dropTarget=0;fillColor=none;points=[[0,0.5],[1,0.5]];portConstraint=eastwest;fixedHeader=1;fontColor=#1D3557;" vertex="1">
          <mxGeometry height="40" width="277.75" y="160" as="geometry" />
        </mxCell>
        <mxCell id="OGyqHwopQYcm-drxzkeR-58" parent="OGyqHwopQYcm-drxzkeR-57" style="shape=partialRectangle;html=1;whiteSpace=wrap;connectable=0;strokeColor=inherit;overflow=hidden;fillColor=none;top=0;left=0;bottom=0;right=0;pointerEvents=1;fontColor=#1D3557;" vertex="1" visible="0">
          <mxGeometry height="40" width="60" as="geometry">
            <mxRectangle height="40" width="60" as="alternateBounds" />
          </mxGeometry>
        </mxCell>
        <mxCell id="OGyqHwopQYcm-drxzkeR-59" parent="OGyqHwopQYcm-drxzkeR-57" style="shape=partialRectangle;html=1;whiteSpace=wrap;connectable=0;strokeColor=inherit;overflow=hidden;fillColor=none;top=0;left=0;bottom=0;right=0;pointerEvents=1;fontColor=light-dark(#000000,#20C2B5);fontStyle=1" value="indices" vertex="1">
          <mxGeometry height="40" width="60" x="60" as="geometry">
            <mxRectangle height="40" width="60" as="alternateBounds" />
          </mxGeometry>
        </mxCell>
        <mxCell id="OGyqHwopQYcm-drxzkeR-60" parent="OGyqHwopQYcm-drxzkeR-57" style="shape=partialRectangle;html=1;whiteSpace=wrap;connectable=0;strokeColor=inherit;overflow=hidden;fillColor=none;top=0;left=0;bottom=0;right=0;pointerEvents=1;fontColor=#1D3557;rowspan=1;colspan=2;" vertex="1">
          <mxGeometry height="40" width="158" x="120" as="geometry">
            <mxRectangle height="40" width="98" as="alternateBounds" />
          </mxGeometry>
        </mxCell>
        <mxCell id="OGyqHwopQYcm-drxzkeR-61" parent="OGyqHwopQYcm-drxzkeR-57" style="shape=partialRectangle;html=1;whiteSpace=wrap;connectable=0;strokeColor=inherit;overflow=hidden;fillColor=none;top=0;left=0;bottom=0;right=0;pointerEvents=1;fontColor=#1D3557;" vertex="1" visible="0">
          <mxGeometry height="40" width="60" x="218" as="geometry">
            <mxRectangle height="40" width="60" as="alternateBounds" />
          </mxGeometry>
        </mxCell>
        <mxCell id="OGyqHwopQYcm-drxzkeR-41" parent="OGyqHwopQYcm-drxzkeR-19" style="shape=tableRow;horizontal=0;startSize=0;swimlaneHead=0;swimlaneBody=0;strokeColor=inherit;top=0;left=0;bottom=0;right=0;collapsible=0;dropTarget=0;fillColor=none;points=[[0,0.5],[1,0.5]];portConstraint=eastwest;fixedHeader=1;fontColor=#1D3557;" vertex="1">
          <mxGeometry height="40" width="277.75" y="200" as="geometry" />
        </mxCell>
        <mxCell id="OGyqHwopQYcm-drxzkeR-42" parent="OGyqHwopQYcm-drxzkeR-41" style="shape=partialRectangle;html=1;whiteSpace=wrap;connectable=0;strokeColor=inherit;overflow=hidden;fillColor=none;top=0;left=0;bottom=0;right=0;pointerEvents=1;fontColor=#1D3557;" vertex="1" visible="0">
          <mxGeometry height="40" width="60" as="geometry">
            <mxRectangle height="40" width="60" as="alternateBounds" />
          </mxGeometry>
        </mxCell>
        <mxCell id="OGyqHwopQYcm-drxzkeR-43" parent="OGyqHwopQYcm-drxzkeR-41" style="shape=partialRectangle;html=1;whiteSpace=wrap;connectable=0;strokeColor=inherit;overflow=hidden;fillColor=none;top=0;left=0;bottom=0;right=0;pointerEvents=1;fontColor=light-dark(#000000,#20C2B5);fontStyle=1" value="materrial" vertex="1">
          <mxGeometry height="40" width="60" x="60" as="geometry">
            <mxRectangle height="40" width="60" as="alternateBounds" />
          </mxGeometry>
        </mxCell>
        <mxCell id="OGyqHwopQYcm-drxzkeR-44" parent="OGyqHwopQYcm-drxzkeR-41" style="shape=partialRectangle;html=1;whiteSpace=wrap;connectable=0;strokeColor=inherit;overflow=hidden;fillColor=none;top=0;left=0;bottom=0;right=0;pointerEvents=1;fontColor=#1D3557;rowspan=1;colspan=2;" value="" vertex="1">
          <mxGeometry height="40" width="158" x="120" as="geometry">
            <mxRectangle height="40" width="98" as="alternateBounds" />
          </mxGeometry>
        </mxCell>
        <mxCell id="OGyqHwopQYcm-drxzkeR-45" parent="OGyqHwopQYcm-drxzkeR-41" style="shape=partialRectangle;html=1;whiteSpace=wrap;connectable=0;strokeColor=inherit;overflow=hidden;fillColor=none;top=0;left=0;bottom=0;right=0;pointerEvents=1;fontColor=#1D3557;" vertex="1" visible="0">
          <mxGeometry height="40" width="60" x="218" as="geometry">
            <mxRectangle height="40" width="60" as="alternateBounds" />
          </mxGeometry>
        </mxCell>
        <mxCell id="OGyqHwopQYcm-drxzkeR-46" parent="OGyqHwopQYcm-drxzkeR-19" style="shape=tableRow;horizontal=0;startSize=0;swimlaneHead=0;swimlaneBody=0;strokeColor=inherit;top=0;left=0;bottom=0;right=0;collapsible=0;dropTarget=0;fillColor=none;points=[[0,0.5],[1,0.5]];portConstraint=eastwest;fixedHeader=1;fontColor=#1D3557;" vertex="1">
          <mxGeometry height="40" width="277.75" y="240" as="geometry" />
        </mxCell>
        <mxCell id="OGyqHwopQYcm-drxzkeR-47" parent="OGyqHwopQYcm-drxzkeR-46" style="shape=partialRectangle;html=1;whiteSpace=wrap;connectable=0;strokeColor=inherit;overflow=hidden;fillColor=none;top=0;left=0;bottom=0;right=0;pointerEvents=1;fontColor=light-dark(#000000,#20C2B5);fontStyle=1" value="name" vertex="1">
          <mxGeometry height="40" width="60" as="geometry">
            <mxRectangle height="40" width="60" as="alternateBounds" />
          </mxGeometry>
        </mxCell>
        <mxCell id="OGyqHwopQYcm-drxzkeR-48" parent="OGyqHwopQYcm-drxzkeR-46" style="shape=partialRectangle;html=1;whiteSpace=wrap;connectable=0;strokeColor=inherit;overflow=hidden;fillColor=none;top=0;left=0;bottom=0;right=0;pointerEvents=1;fontColor=#1D3557;rowspan=1;colspan=3;" value="&lt;span style=&quot;color: light-dark(rgb(0, 0, 0), rgb(255, 255, 255));&quot;&gt;&quot;Name of this mesh&quot;&lt;/span&gt;" vertex="1">
          <mxGeometry height="40" width="218" x="60" as="geometry">
            <mxRectangle height="40" width="60" as="alternateBounds" />
          </mxGeometry>
        </mxCell>
        <mxCell id="OGyqHwopQYcm-drxzkeR-49" parent="OGyqHwopQYcm-drxzkeR-46" style="shape=partialRectangle;html=1;whiteSpace=wrap;connectable=0;strokeColor=inherit;overflow=hidden;fillColor=none;top=0;left=0;bottom=0;right=0;pointerEvents=1;fontColor=#1D3557;" vertex="1" visible="0">
          <mxGeometry height="40" width="98" x="120" as="geometry">
            <mxRectangle height="40" width="98" as="alternateBounds" />
          </mxGeometry>
        </mxCell>
        <mxCell id="OGyqHwopQYcm-drxzkeR-50" parent="OGyqHwopQYcm-drxzkeR-46" style="shape=partialRectangle;html=1;whiteSpace=wrap;connectable=0;strokeColor=inherit;overflow=hidden;fillColor=none;top=0;left=0;bottom=0;right=0;pointerEvents=1;fontColor=#1D3557;" vertex="1" visible="0">
          <mxGeometry height="40" width="60" x="218" as="geometry">
            <mxRectangle height="40" width="60" as="alternateBounds" />
          </mxGeometry>
        </mxCell>
        <mxCell id="OGyqHwopQYcm-drxzkeR-51" edge="1" parent="1" source="OGyqHwopQYcm-drxzkeR-20" style="edgeStyle=orthogonalEdgeStyle;rounded=1;orthogonalLoop=1;jettySize=auto;html=1;entryX=0.5;entryY=0;entryDx=0;entryDy=0;strokeColor=light-dark(#000000,#FFB570);fontSize=12;fontColor=#1D3557;startSize=8;endSize=8;fillColor=#A8DADC;" target="IMBELnrVSliVJA-H-ImH-16">
          <mxGeometry relative="1" as="geometry">
            <Array as="points">
-               <mxPoint x="-484" y="130" />
-               <mxPoint x="-484" y="39" />
-               <mxPoint x="-364" y="39" />
+               <mxPoint x="-488" y="130" />
+               <mxPoint x="-488" y="44" />
+               <mxPoint x="-367" y="44" />
            </Array>
          </mxGeometry>
        </mxCell>
      </root>
    </mxGraphModel>
  </diagram>
</mxfile>
